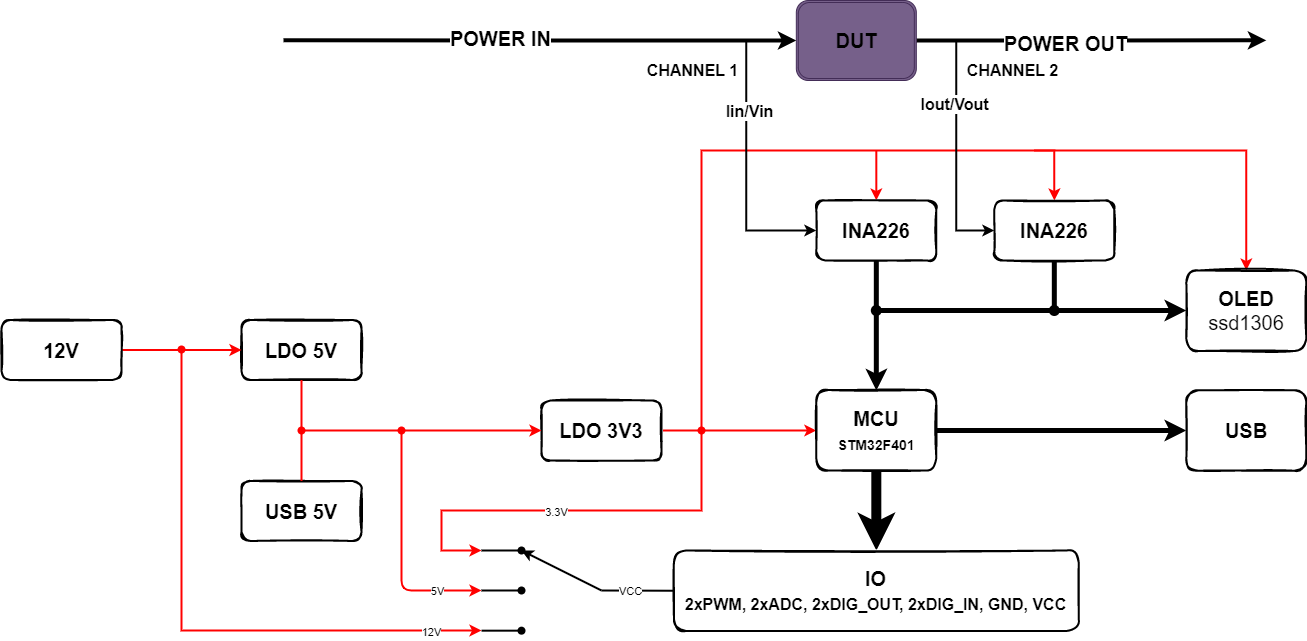
Before: concept_white.png, a diagram exported from draw.io (quractech/remdx). Source tidied: cells renumbered, new cells last; positions are measured from the earlier drawing's top-left corner, leaving out a move shared by most shapes.
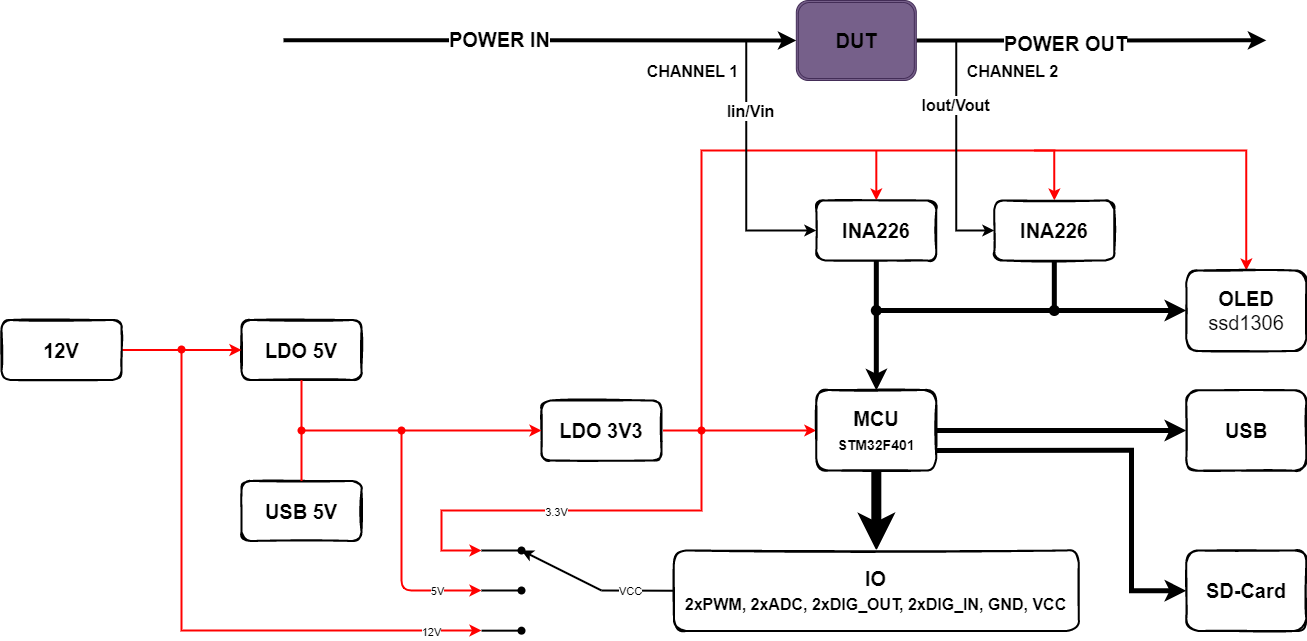
Above is the later version.

The edit, as a diff of the source:
```diff
@@ -214,6 +214,14 @@
         <mxPoint y="-2" as="offset" />
       </mxGeometry>
     </mxCell>
+    <mxCell id="47" style="edgeStyle=orthogonalEdgeStyle;rounded=0;jettySize=auto;html=1;exitX=1;exitY=0.75;exitDx=0;exitDy=0;entryX=0;entryY=0.5;entryDx=0;entryDy=0;strokeWidth=5;" parent="1" edge="1" source="43" target="48">
+      <mxGeometry relative="1" as="geometry">
+        <Array as="points">
+          <mxPoint x="1130" y="450" />
+          <mxPoint x="1130" y="590" />
+        </Array>
+      </mxGeometry>
+    </mxCell>
     <mxCell id="43" value="&lt;font style=&quot;font-size: 20px;&quot;&gt;&lt;b&gt;MCU&lt;/b&gt;&lt;/font&gt;&lt;br style=&quot;font-size: 14px; font-weight: 700;&quot;&gt;&lt;span style=&quot;font-size: 14px; font-weight: 700;&quot;&gt;STM32F401&lt;/span&gt;&lt;b&gt;&lt;font style=&quot;font-size: 20px&quot;&gt;&lt;br&gt;&lt;/font&gt;&lt;/b&gt;" style="rounded=1;whiteSpace=wrap;html=1;strokeWidth=2;fillWeight=4;hachureGap=8;hachureAngle=45;sketch=1;" parent="1" vertex="1">
       <mxGeometry x="814.8" y="389.5" width="120" height="80.5" as="geometry" />
     </mxCell>
@@ -226,5 +234,8 @@
     <mxCell id="46" value="&lt;b&gt;&lt;font style=&quot;font-size: 20px;&quot;&gt;IO&lt;/font&gt;&lt;br&gt;&lt;/b&gt;&lt;font style=&quot;font-size: 16px;&quot;&gt;&lt;b style=&quot;&quot;&gt;2xPWM, 2xADC, 2xDIG_OUT, 2xDIG_IN, GND, VCC&lt;/b&gt;&lt;/font&gt;&lt;b&gt;&lt;font style=&quot;font-size: 20px&quot;&gt;&lt;br&gt;&lt;/font&gt;&lt;/b&gt;" style="rounded=1;whiteSpace=wrap;html=1;strokeWidth=2;fillWeight=4;hachureGap=8;hachureAngle=45;sketch=1;" parent="1" vertex="1">
       <mxGeometry x="672.4" y="550" width="404.8" height="80.5" as="geometry" />
     </mxCell>
+    <mxCell id="48" value="&lt;b&gt;&lt;font style=&quot;font-size: 20px;&quot;&gt;SD-Card&lt;/font&gt;&lt;/b&gt;&lt;b&gt;&lt;font style=&quot;font-size: 20px&quot;&gt;&lt;br&gt;&lt;/font&gt;&lt;/b&gt;" style="rounded=1;whiteSpace=wrap;html=1;strokeWidth=2;fillWeight=4;hachureGap=8;hachureAngle=45;sketch=1;" parent="1" vertex="1">
+      <mxGeometry x="1184.8" y="550" width="120" height="80.5" as="geometry" />
+    </mxCell>
   </root>
 </mxGraphModel>
```
